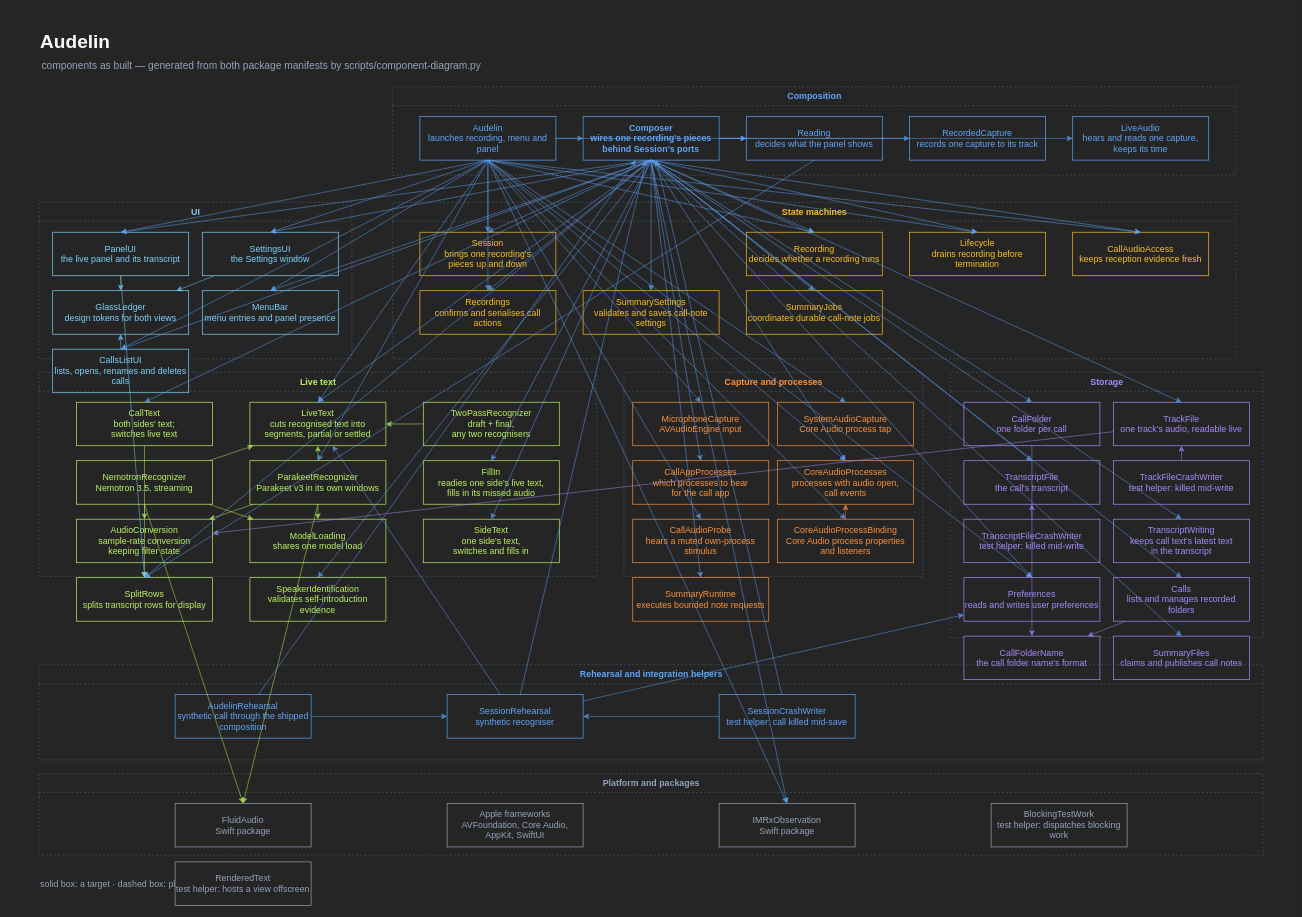
igor1309/ai-labs keeps this draw.io diagram as audelin/docs/live-text.drawio. Above is the earlier version. Source tidied: cells renumbered, new cells numbered last; positions are measured from the earlier drawing's top-left corner, leaving out a move shared by most shapes. Both pictures are drawn from the tidied source at 68%, with x=0, y=0 at pixel (12, 12).
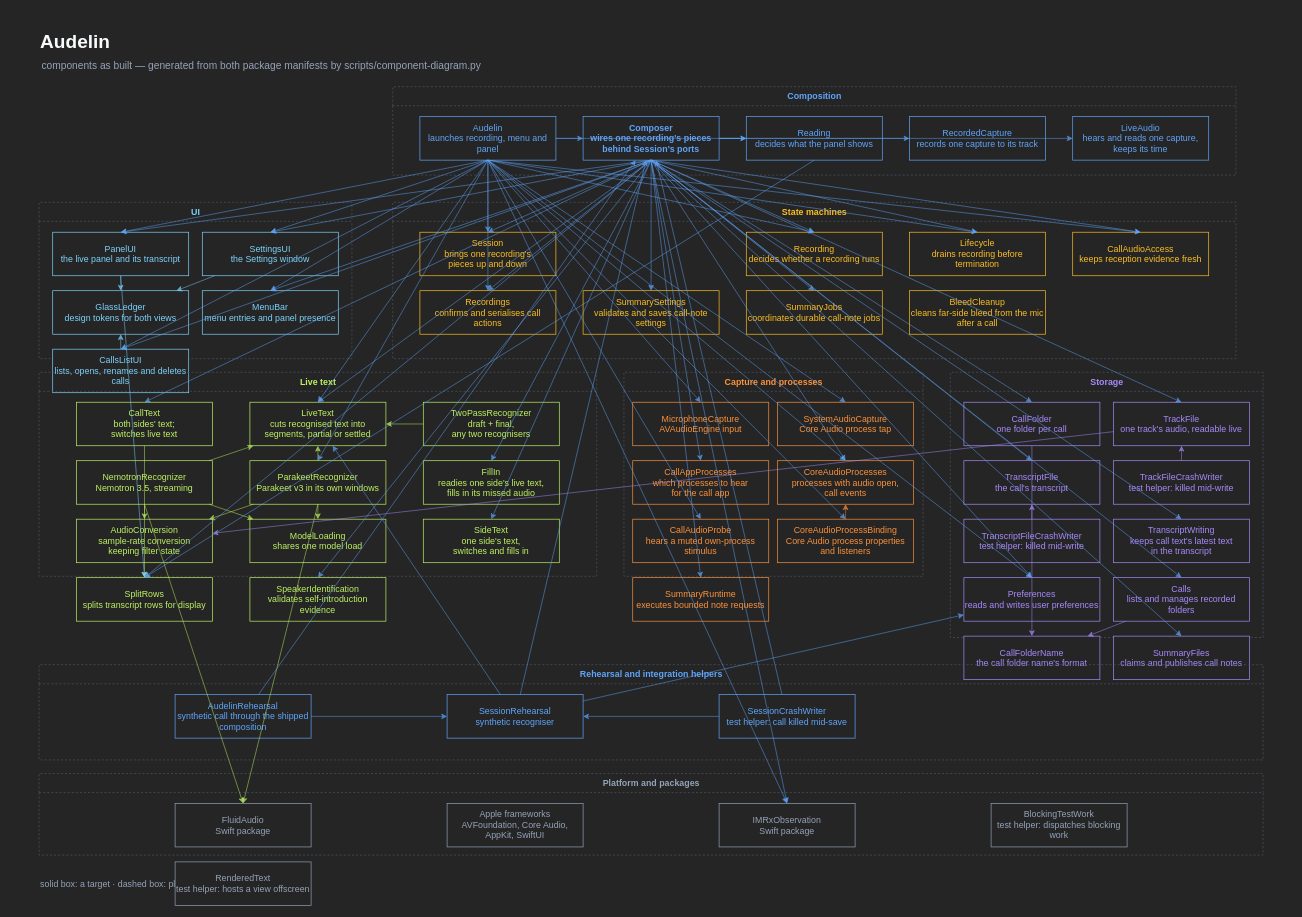
After the change.

Commit message (it also covers changes not shown here):
audelin: bleed gate from a call's two transcripts (LAB-1134)

Unchanged cells that the change refers to:
```xml
<mxCell id="8" value="State machines" style="swimlane;startSize=28;rounded=0;html=1;fillColor=none;strokeColor=#4b5563;dashed=1;fontSize=13;fontColor=#fbbf24;" parent="2" vertex="1">
  <mxGeometry x="560" y="280" width="1240" height="230" as="geometry" />
</mxCell>
```

The edit, as a diff of the source:
```diff
@@
+    <mxCell id="146" value="BleedCleanup&#10;cleans far-side bleed from the mic after a call" style="rounded=0;whiteSpace=wrap;html=1;fillColor=#252525;strokeColor=#fbbf24;fontColor=#fbbf24;fontSize=13;" parent="8" vertex="1">
+      <mxGeometry x="760" y="130" width="200" height="64" as="geometry" />
+    </mxCell>
```
